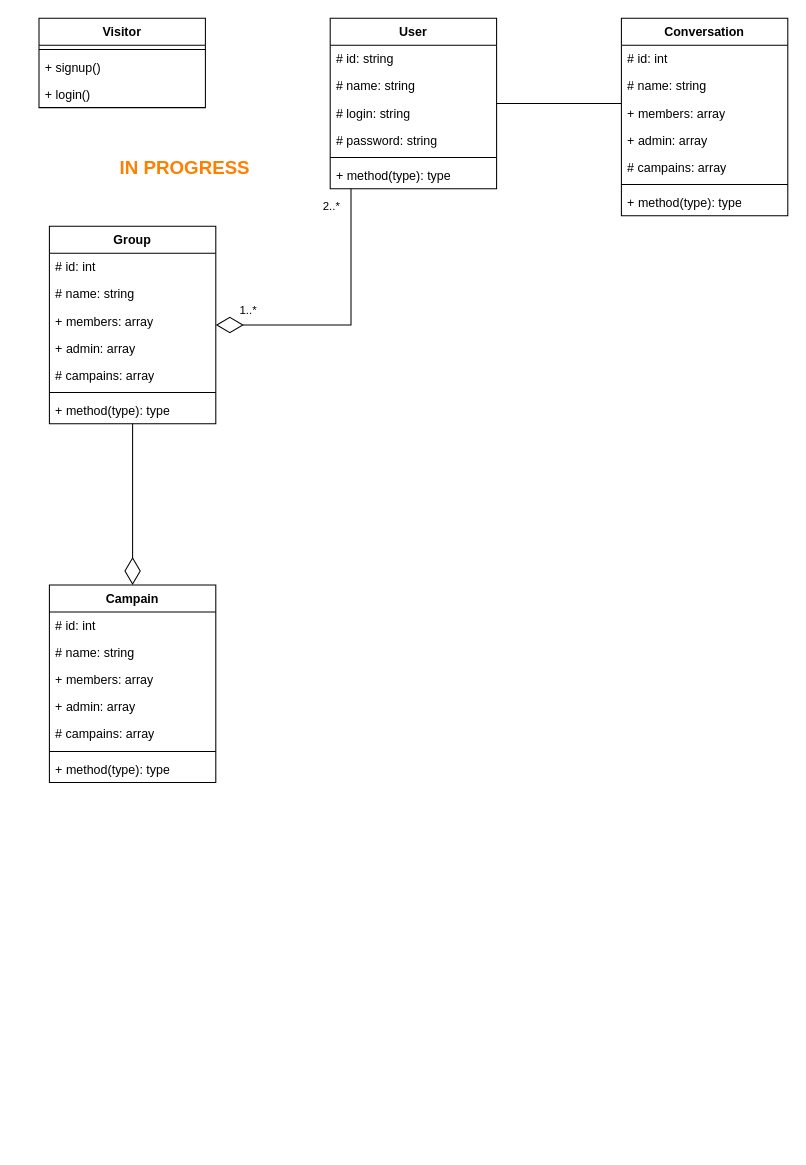
ThreeLeggedDuckling/I3WAD_SymfonyProject keeps this draw.io diagram as page "UML" (3 of 3) of Documentation/Diagrames.drawio. Above is the earlier version. Source tidied: cells renumbered, new cells numbered last; positions are measured from the earlier drawing's top-left corner, leaving out a move shared by most shapes. Both pictures are drawn from the tidied source at 104%, with x=0, y=0 at pixel (38, 18).
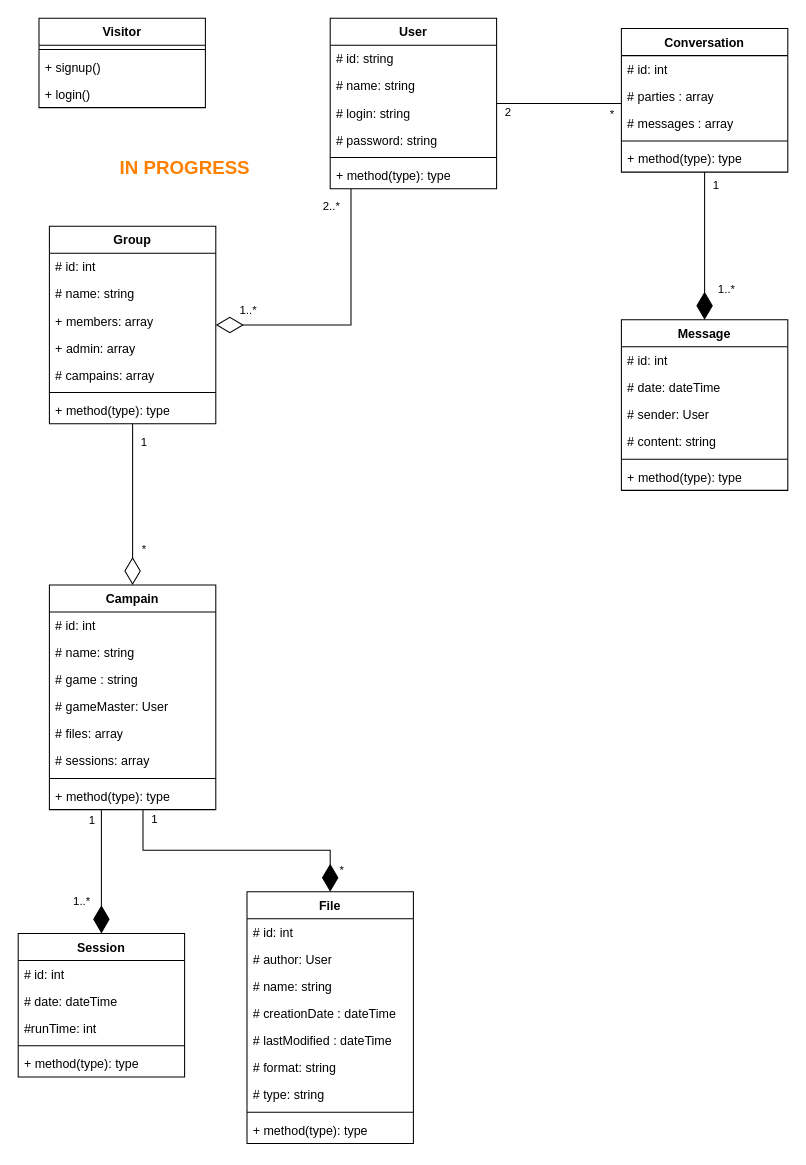
After the change.

Unchanged cells that the change refers to:
```xml
<mxCell id="37" style="endArrow=diamondThin;endFill=0;endSize=24;html=1;rounded=0;edgeStyle=orthogonalEdgeStyle;" parent="1" edge="1" source="13" target="21">
  <mxGeometry relative="1" as="geometry" />
</mxCell>
<mxCell id="38" style="endArrow=none;html=1;rounded=0;edgeStyle=orthogonalEdgeStyle;" parent="1" edge="1" source="2" target="29">
  <mxGeometry relative="1" as="geometry">
    <Array as="points">
      <mxPoint x="530" y="82" />
      <mxPoint x="530" y="82" />
    </Array>
  </mxGeometry>
</mxCell>
```

Diff of the diagram source:
```diff
@@
     <mxCell id="21" value="Campain" style="swimlane;fontStyle=1;align=center;verticalAlign=top;horizontal=1;startSize=26;whiteSpace=wrap;html=1;" parent="1" vertex="1">
-      <mxGeometry x="10" y="545" width="160" height="190" as="geometry" />
+      <mxGeometry x="10" y="545" width="160" height="216" as="geometry" />
     </mxCell>
@@
-    <mxCell id="24" value="+ members: array" style="text;strokeColor=none;fillColor=none;align=left;verticalAlign=top;spacingLeft=4;spacingRight=4;overflow=hidden;whiteSpace=wrap;html=1;" parent="21" vertex="1">
+    <mxCell id="24" value="# game : string" style="text;strokeColor=none;fillColor=none;align=left;verticalAlign=top;spacingLeft=4;spacingRight=4;overflow=hidden;whiteSpace=wrap;html=1;" parent="21" vertex="1">
       <mxGeometry y="78" width="160" height="26" as="geometry" />
     </mxCell>
-    <mxCell id="25" value="+ admin: array" style="text;strokeColor=none;fillColor=none;align=left;verticalAlign=top;spacingLeft=4;spacingRight=4;overflow=hidden;whiteSpace=wrap;html=1;" parent="21" vertex="1">
+    <mxCell id="25" value="# gameMaster: User" style="text;strokeColor=none;fillColor=none;align=left;verticalAlign=top;spacingLeft=4;spacingRight=4;overflow=hidden;whiteSpace=wrap;html=1;" parent="21" vertex="1">
       <mxGeometry y="104" width="160" height="26" as="geometry" />
     </mxCell>
-    <mxCell id="26" value="# campains: array" style="text;strokeColor=none;fillColor=none;align=left;verticalAlign=top;spacingLeft=4;spacingRight=4;overflow=hidden;whiteSpace=wrap;html=1;" parent="21" vertex="1">
+    <mxCell id="26" value="# files: array" style="text;strokeColor=none;fillColor=none;align=left;verticalAlign=top;spacingLeft=4;spacingRight=4;overflow=hidden;whiteSpace=wrap;html=1;" parent="21" vertex="1">
       <mxGeometry y="130" width="160" height="26" as="geometry" />
     </mxCell>
+    <mxCell id="43" value="# sessions: array" style="text;strokeColor=none;fillColor=none;align=left;verticalAlign=top;spacingLeft=4;spacingRight=4;overflow=hidden;whiteSpace=wrap;html=1;" parent="21" vertex="1">
+      <mxGeometry y="156" width="160" height="26" as="geometry" />
+    </mxCell>
     <mxCell id="27" style="line;strokeWidth=1;fillColor=none;align=left;verticalAlign=middle;spacingTop=-1;spacingLeft=3;spacingRight=3;labelPosition=right;strokeColor=inherit;" parent="21" vertex="1">
-      <mxGeometry y="156" width="160" height="8" as="geometry" />
+      <mxGeometry y="182" width="160" height="8" as="geometry" />
     </mxCell>
     <mxCell id="28" value="+ method(type): type" style="text;strokeColor=none;fillColor=none;align=left;verticalAlign=top;spacingLeft=4;spacingRight=4;overflow=hidden;whiteSpace=wrap;html=1;" parent="21" vertex="1">
-      <mxGeometry y="164" width="160" height="26" as="geometry" />
+      <mxGeometry y="190" width="160" height="26" as="geometry" />
     </mxCell>
     <mxCell id="29" value="Conversation" style="swimlane;fontStyle=1;align=center;verticalAlign=top;horizontal=1;startSize=26;whiteSpace=wrap;html=1;" parent="1" vertex="1">
-      <mxGeometry x="560" width="160" height="190" as="geometry" />
+      <mxGeometry x="560" y="10" width="160" height="138" as="geometry" />
     </mxCell>
@@
-    <mxCell id="31" value="# name: string" style="text;strokeColor=none;fillColor=none;align=left;verticalAlign=top;spacingLeft=4;spacingRight=4;overflow=hidden;whiteSpace=wrap;html=1;" parent="29" vertex="1">
+    <mxCell id="31" value="# parties : array" style="text;strokeColor=none;fillColor=none;align=left;verticalAlign=top;spacingLeft=4;spacingRight=4;overflow=hidden;whiteSpace=wrap;html=1;" parent="29" vertex="1">
       <mxGeometry y="52" width="160" height="26" as="geometry" />
     </mxCell>
-    <mxCell id="32" value="+ members: array" style="text;strokeColor=none;fillColor=none;align=left;verticalAlign=top;spacingLeft=4;spacingRight=4;overflow=hidden;whiteSpace=wrap;html=1;" parent="29" vertex="1">
-      <mxGeometry y="78" width="160" height="26" as="geometry" />
-    </mxCell>
-    <mxCell id="33" value="+ admin: array" style="text;strokeColor=none;fillColor=none;align=left;verticalAlign=top;spacingLeft=4;spacingRight=4;overflow=hidden;whiteSpace=wrap;html=1;" parent="29" vertex="1">
-      <mxGeometry y="104" width="160" height="26" as="geometry" />
-    </mxCell>
-    <mxCell id="34" value="# campains: array" style="text;strokeColor=none;fillColor=none;align=left;verticalAlign=top;spacingLeft=4;spacingRight=4;overflow=hidden;whiteSpace=wrap;html=1;" parent="29" vertex="1">
-      <mxGeometry y="130" width="160" height="26" as="geometry" />
-    </mxCell>
+    <mxCell id="44" value="# messages : array" style="text;strokeColor=none;fillColor=none;align=left;verticalAlign=top;spacingLeft=4;spacingRight=4;overflow=hidden;whiteSpace=wrap;html=1;" parent="29" vertex="1">
+      <mxGeometry y="78" width="160" height="26" as="geometry" />
+    </mxCell>
     <mxCell id="35" style="line;strokeWidth=1;fillColor=none;align=left;verticalAlign=middle;spacingTop=-1;spacingLeft=3;spacingRight=3;labelPosition=right;strokeColor=inherit;" parent="29" vertex="1">
-      <mxGeometry y="156" width="160" height="8" as="geometry" />
+      <mxGeometry y="104" width="160" height="8" as="geometry" />
     </mxCell>
     <mxCell id="36" value="+ method(type): type" style="text;strokeColor=none;fillColor=none;align=left;verticalAlign=top;spacingLeft=4;spacingRight=4;overflow=hidden;whiteSpace=wrap;html=1;" parent="29" vertex="1">
-      <mxGeometry y="164" width="160" height="26" as="geometry" />
+      <mxGeometry y="112" width="160" height="26" as="geometry" />
     </mxCell>
@@
+    <mxCell id="45" value="1" style="edgeLabel;html=1;align=center;verticalAlign=middle;" parent="37" vertex="1">
+      <mxGeometry x="0.01" y="1" relative="1" as="geometry">
+        <mxPoint x="9" y="-61" as="offset" />
+      </mxGeometry>
+    </mxCell>
+    <mxCell id="46" value="*" style="edgeLabel;html=1;align=center;verticalAlign=middle;" parent="37" vertex="1">
+      <mxGeometry x="0.48" y="1" relative="1" as="geometry">
+        <mxPoint x="9" y="5" as="offset" />
+      </mxGeometry>
+    </mxCell>
@@
+    <mxCell id="47" value="*" style="edgeLabel;html=1;align=center;verticalAlign=middle;" parent="38" vertex="1">
+      <mxGeometry x="0.57" y="-1" relative="1" as="geometry">
+        <mxPoint x="16" y="8" as="offset" />
+      </mxGeometry>
+    </mxCell>
+    <mxCell id="48" value="2" style="edgeLabel;html=1;align=center;verticalAlign=middle;" parent="38" vertex="1">
+      <mxGeometry x="-0.52" y="-2" relative="1" as="geometry">
+        <mxPoint x="-19" y="6" as="offset" />
+      </mxGeometry>
+    </mxCell>
@@
+    <mxCell id="49" value="Session" style="swimlane;fontStyle=1;align=center;verticalAlign=top;horizontal=1;startSize=26;whiteSpace=wrap;html=1;" parent="1" vertex="1">
+      <mxGeometry x="-20" y="880" width="160" height="138" as="geometry" />
+    </mxCell>
+    <mxCell id="50" value="# id: int" style="text;strokeColor=none;fillColor=none;align=left;verticalAlign=top;spacingLeft=4;spacingRight=4;overflow=hidden;whiteSpace=wrap;html=1;" parent="49" vertex="1">
+      <mxGeometry y="26" width="160" height="26" as="geometry" />
+    </mxCell>
+    <mxCell id="51" value="# date: dateTime" style="text;strokeColor=none;fillColor=none;align=left;verticalAlign=top;spacingLeft=4;spacingRight=4;overflow=hidden;whiteSpace=wrap;html=1;" parent="49" vertex="1">
+      <mxGeometry y="52" width="160" height="26" as="geometry" />
+    </mxCell>
+    <mxCell id="52" value="#runTime: int" style="text;strokeColor=none;fillColor=none;align=left;verticalAlign=top;spacingLeft=4;spacingRight=4;overflow=hidden;whiteSpace=wrap;html=1;" parent="49" vertex="1">
+      <mxGeometry y="78" width="160" height="26" as="geometry" />
+    </mxCell>
+    <mxCell id="53" style="line;strokeWidth=1;fillColor=none;align=left;verticalAlign=middle;spacingTop=-1;spacingLeft=3;spacingRight=3;labelPosition=right;strokeColor=inherit;" parent="49" vertex="1">
+      <mxGeometry y="104" width="160" height="8" as="geometry" />
+    </mxCell>
+    <mxCell id="54" value="+ method(type): type" style="text;strokeColor=none;fillColor=none;align=left;verticalAlign=top;spacingLeft=4;spacingRight=4;overflow=hidden;whiteSpace=wrap;html=1;" parent="49" vertex="1">
+      <mxGeometry y="112" width="160" height="26" as="geometry" />
+    </mxCell>
+    <mxCell id="55" value="File" style="swimlane;fontStyle=1;align=center;verticalAlign=top;horizontal=1;startSize=26;whiteSpace=wrap;html=1;" parent="1" vertex="1">
+      <mxGeometry x="200" y="840" width="160" height="242" as="geometry" />
+    </mxCell>
+    <mxCell id="56" value="# id: int" style="text;strokeColor=none;fillColor=none;align=left;verticalAlign=top;spacingLeft=4;spacingRight=4;overflow=hidden;whiteSpace=wrap;html=1;" parent="55" vertex="1">
+      <mxGeometry y="26" width="160" height="26" as="geometry" />
+    </mxCell>
+    <mxCell id="57" value="# author: User" style="text;strokeColor=none;fillColor=none;align=left;verticalAlign=top;spacingLeft=4;spacingRight=4;overflow=hidden;whiteSpace=wrap;html=1;" parent="55" vertex="1">
+      <mxGeometry y="52" width="160" height="26" as="geometry" />
+    </mxCell>
+    <mxCell id="58" value="# name: string" style="text;strokeColor=none;fillColor=none;align=left;verticalAlign=top;spacingLeft=4;spacingRight=4;overflow=hidden;whiteSpace=wrap;html=1;" parent="55" vertex="1">
+      <mxGeometry y="78" width="160" height="26" as="geometry" />
+    </mxCell>
+    <mxCell id="59" value="# creationDate : dateTime" style="text;strokeColor=none;fillColor=none;align=left;verticalAlign=top;spacingLeft=4;spacingRight=4;overflow=hidden;whiteSpace=wrap;html=1;" parent="55" vertex="1">
+      <mxGeometry y="104" width="160" height="26" as="geometry" />
+    </mxCell>
+    <mxCell id="60" value="# lastModified : dateTime" style="text;strokeColor=none;fillColor=none;align=left;verticalAlign=top;spacingLeft=4;spacingRight=4;overflow=hidden;whiteSpace=wrap;html=1;" parent="55" vertex="1">
+      <mxGeometry y="130" width="160" height="26" as="geometry" />
+    </mxCell>
+    <mxCell id="61" value="# format: string" style="text;strokeColor=none;fillColor=none;align=left;verticalAlign=top;spacingLeft=4;spacingRight=4;overflow=hidden;whiteSpace=wrap;html=1;" parent="55" vertex="1">
+      <mxGeometry y="156" width="160" height="26" as="geometry" />
+    </mxCell>
+    <mxCell id="62" value="# type: string" style="text;strokeColor=none;fillColor=none;align=left;verticalAlign=top;spacingLeft=4;spacingRight=4;overflow=hidden;whiteSpace=wrap;html=1;" parent="55" vertex="1">
+      <mxGeometry y="182" width="160" height="26" as="geometry" />
+    </mxCell>
+    <mxCell id="63" style="line;strokeWidth=1;fillColor=none;align=left;verticalAlign=middle;spacingTop=-1;spacingLeft=3;spacingRight=3;labelPosition=right;strokeColor=inherit;" parent="55" vertex="1">
+      <mxGeometry y="208" width="160" height="8" as="geometry" />
+    </mxCell>
+    <mxCell id="64" value="+ method(type): type" style="text;strokeColor=none;fillColor=none;align=left;verticalAlign=top;spacingLeft=4;spacingRight=4;overflow=hidden;whiteSpace=wrap;html=1;" parent="55" vertex="1">
+      <mxGeometry y="216" width="160" height="26" as="geometry" />
+    </mxCell>
+    <mxCell id="65" style="endArrow=diamondThin;endFill=1;endSize=24;html=1;rounded=0;edgeStyle=orthogonalEdgeStyle;" parent="1" edge="1" source="21" target="55">
+      <mxGeometry relative="1" as="geometry">
+        <Array as="points">
+          <mxPoint x="100" y="800" />
+          <mxPoint x="280" y="800" />
+        </Array>
+      </mxGeometry>
+    </mxCell>
+    <mxCell id="66" value="1" style="edgeLabel;html=1;align=center;verticalAlign=middle;" parent="65" vertex="1">
+      <mxGeometry x="-0.85" y="-2" relative="1" as="geometry">
+        <mxPoint x="12" y="-11" as="offset" />
+      </mxGeometry>
+    </mxCell>
+    <mxCell id="67" value="*" style="edgeLabel;html=1;align=center;verticalAlign=middle;" parent="65" vertex="1">
+      <mxGeometry x="0.83" y="2" relative="1" as="geometry">
+        <mxPoint x="8" as="offset" />
+      </mxGeometry>
+    </mxCell>
+    <mxCell id="68" style="endArrow=diamondThin;endFill=1;endSize=24;html=1;rounded=0;edgeStyle=orthogonalEdgeStyle;" parent="1" edge="1" source="21" target="49">
+      <mxGeometry relative="1" as="geometry">
+        <Array as="points">
+          <mxPoint x="60" y="830" />
+          <mxPoint x="60" y="830" />
+        </Array>
+      </mxGeometry>
+    </mxCell>
+    <mxCell id="69" value="1" style="edgeLabel;html=1;align=center;verticalAlign=middle;" parent="68" vertex="1">
+      <mxGeometry x="0.01" y="-1" relative="1" as="geometry">
+        <mxPoint x="-9" y="-51" as="offset" />
+      </mxGeometry>
+    </mxCell>
+    <mxCell id="70" value="1..*" style="edgeLabel;html=1;align=center;verticalAlign=middle;" parent="68" vertex="1">
+      <mxGeometry x="0.46" y="1" relative="1" as="geometry">
+        <mxPoint x="-21" as="offset" />
+      </mxGeometry>
+    </mxCell>
+    <mxCell id="71" value="Message" style="swimlane;fontStyle=1;align=center;verticalAlign=top;horizontal=1;startSize=26;whiteSpace=wrap;html=1;" parent="1" vertex="1">
+      <mxGeometry x="560" y="290" width="160" height="164" as="geometry" />
+    </mxCell>
+    <mxCell id="72" value="# id: int" style="text;strokeColor=none;fillColor=none;align=left;verticalAlign=top;spacingLeft=4;spacingRight=4;overflow=hidden;whiteSpace=wrap;html=1;" parent="71" vertex="1">
+      <mxGeometry y="26" width="160" height="26" as="geometry" />
+    </mxCell>
+    <mxCell id="73" value="# date: dateTime" style="text;strokeColor=none;fillColor=none;align=left;verticalAlign=top;spacingLeft=4;spacingRight=4;overflow=hidden;whiteSpace=wrap;html=1;" parent="71" vertex="1">
+      <mxGeometry y="52" width="160" height="26" as="geometry" />
+    </mxCell>
+    <mxCell id="74" value="# sender: User" style="text;strokeColor=none;fillColor=none;align=left;verticalAlign=top;spacingLeft=4;spacingRight=4;overflow=hidden;whiteSpace=wrap;html=1;" parent="71" vertex="1">
+      <mxGeometry y="78" width="160" height="26" as="geometry" />
+    </mxCell>
+    <mxCell id="75" value="# content: string" style="text;strokeColor=none;fillColor=none;align=left;verticalAlign=top;spacingLeft=4;spacingRight=4;overflow=hidden;whiteSpace=wrap;html=1;" parent="71" vertex="1">
+      <mxGeometry y="104" width="160" height="26" as="geometry" />
+    </mxCell>
+    <mxCell id="76" style="line;strokeWidth=1;fillColor=none;align=left;verticalAlign=middle;spacingTop=-1;spacingLeft=3;spacingRight=3;labelPosition=right;strokeColor=inherit;" parent="71" vertex="1">
+      <mxGeometry y="130" width="160" height="8" as="geometry" />
+    </mxCell>
+    <mxCell id="77" value="+ method(type): type" style="text;strokeColor=none;fillColor=none;align=left;verticalAlign=top;spacingLeft=4;spacingRight=4;overflow=hidden;whiteSpace=wrap;html=1;" parent="71" vertex="1">
+      <mxGeometry y="138" width="160" height="26" as="geometry" />
+    </mxCell>
+    <mxCell id="78" style="endArrow=diamondThin;endFill=1;endSize=24;html=1;rounded=0;edgeStyle=orthogonalEdgeStyle;" parent="1" edge="1" source="29" target="71">
+      <mxGeometry relative="1" as="geometry">
+        <Array as="points">
+          <mxPoint x="640" y="220" />
+          <mxPoint x="640" y="220" />
+        </Array>
+      </mxGeometry>
+    </mxCell>
+    <mxCell id="79" value="1" style="edgeLabel;html=1;align=center;verticalAlign=middle;" parent="78" vertex="1">
+      <mxGeometry x="-0.49" y="-1" relative="1" as="geometry">
+        <mxPoint x="11" y="-24" as="offset" />
+      </mxGeometry>
+    </mxCell>
+    <mxCell id="80" value="1..*" style="edgeLabel;html=1;align=center;verticalAlign=middle;" parent="78" vertex="1">
+      <mxGeometry x="0.49" relative="1" as="geometry">
+        <mxPoint x="20" y="6" as="offset" />
+      </mxGeometry>
+    </mxCell>
```
